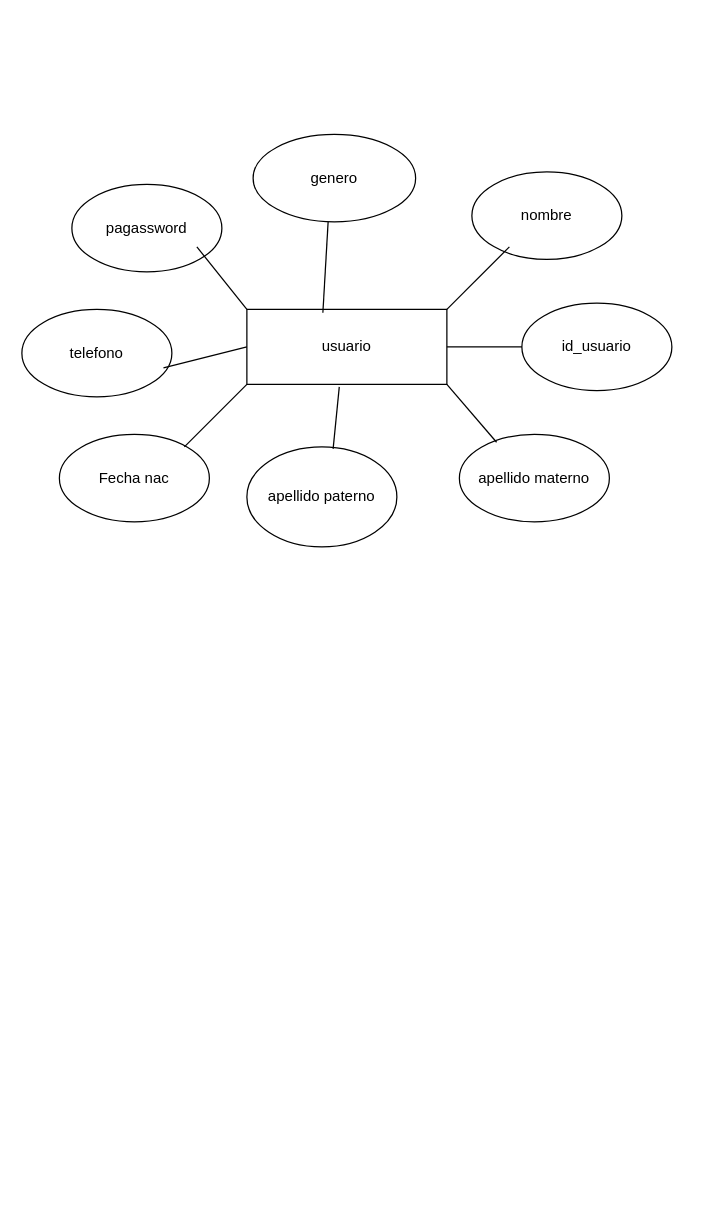
This is Diagrama sin título.drawio from Mich898/BD-Ability-Talk, a draw.io file, before an edit. Source tidied: cells renumbered, new cells numbered last; positions are measured from the earlier drawing's top-left corner, leaving out a move shared by most shapes. Both pictures are drawn from the tidied source at 125%, with x=0, y=0 at pixel (21, 134).
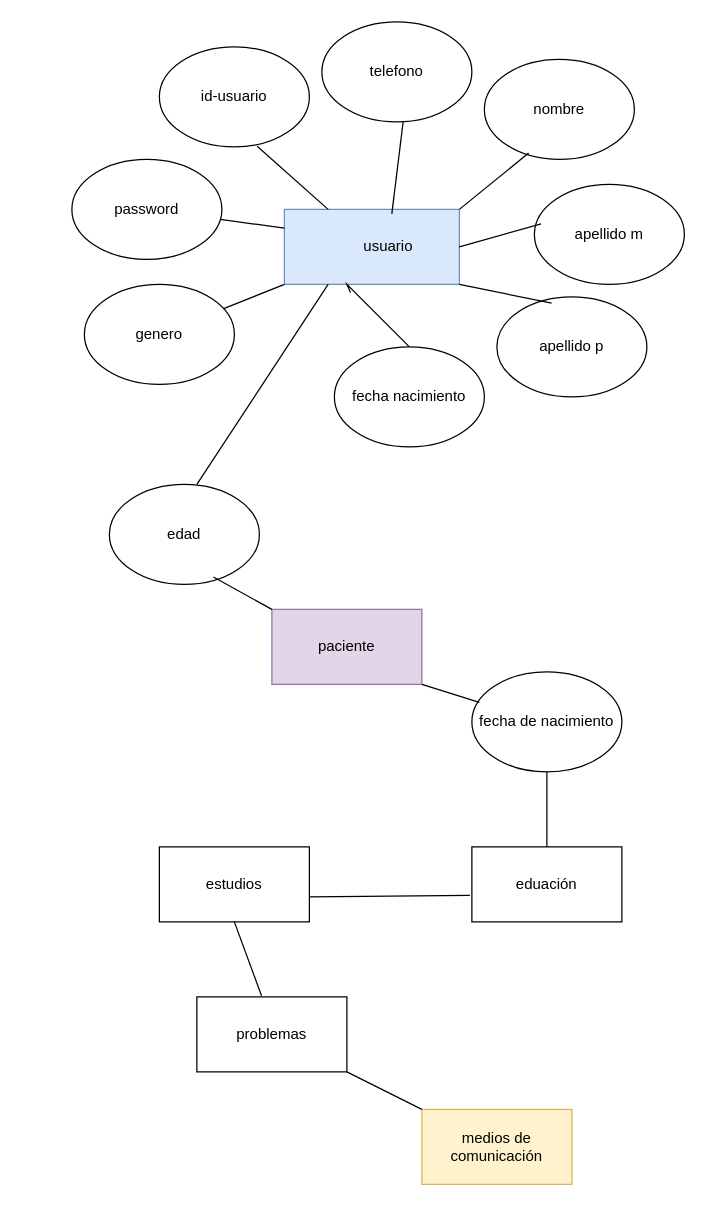
After the change.

Commit message:
diagrama ability talk

Diff of the diagram source:
```diff
@@
-    <mxCell id="2" value="usuario" style="rounded=0;whiteSpace=wrap;html=1;" parent="1" vertex="1">
-      <mxGeometry x="180" y="140" width="160" height="60" as="geometry" />
+    <mxCell id="2" value="&lt;span style=&quot;white-space: pre;&quot;&gt;&#9;&lt;/span&gt;usuario" style="rounded=0;whiteSpace=wrap;html=1;align=center;fillColor=#dae8fc;strokeColor=#6c8ebf;" parent="1" vertex="1">
+      <mxGeometry x="210" y="60" width="140" height="60" as="geometry" />
     </mxCell>
     <mxCell id="3" value="nombre" style="ellipse;whiteSpace=wrap;html=1;" parent="1" vertex="1">
-      <mxGeometry x="360" y="30" width="120" height="70" as="geometry" />
+      <mxGeometry x="370" y="-60" width="120" height="80" as="geometry" />
     </mxCell>
     <mxCell id="4" value="genero" style="ellipse;whiteSpace=wrap;html=1;" parent="1" vertex="1">
-      <mxGeometry x="185" width="130" height="70" as="geometry" />
+      <mxGeometry x="50" y="120" width="120" height="80" as="geometry" />
     </mxCell>
-    <mxCell id="5" value="apellido paterno" style="ellipse;whiteSpace=wrap;html=1;" parent="1" vertex="1">
-      <mxGeometry x="180" y="250" width="120" height="80" as="geometry" />
-    </mxCell>
-    <mxCell id="6" value="apellido materno" style="ellipse;whiteSpace=wrap;html=1;" parent="1" vertex="1">
-      <mxGeometry x="350" y="240" width="120" height="70" as="geometry" />
-    </mxCell>
-    <mxCell id="7" value="Fecha nac" style="ellipse;whiteSpace=wrap;html=1;" parent="1" vertex="1">
-      <mxGeometry x="30" y="240" width="120" height="70" as="geometry" />
-    </mxCell>
+    <mxCell id="19" value="apellido p" style="ellipse;whiteSpace=wrap;html=1;" parent="1" vertex="1">
+      <mxGeometry x="380" y="130" width="120" height="80" as="geometry" />
+    </mxCell>
+    <mxCell id="20" value="apellido m" style="ellipse;whiteSpace=wrap;html=1;" parent="1" vertex="1">
+      <mxGeometry x="410" y="40" width="120" height="80" as="geometry" />
+    </mxCell>
+    <mxCell id="21" value="fecha nacimiento" style="ellipse;whiteSpace=wrap;html=1;" parent="1" vertex="1">
+      <mxGeometry x="250" y="170" width="120" height="80" as="geometry" />
+    </mxCell>
     <mxCell id="8" value="telefono" style="ellipse;whiteSpace=wrap;html=1;" parent="1" vertex="1">
-      <mxGeometry y="140" width="120" height="70" as="geometry" />
+      <mxGeometry x="240" y="-90" width="120" height="80" as="geometry" />
     </mxCell>
-    <mxCell id="9" value="pagassword" style="ellipse;whiteSpace=wrap;html=1;" parent="1" vertex="1">
-      <mxGeometry x="40" y="40" width="120" height="70" as="geometry" />
-    </mxCell>
-    <mxCell id="10" value="id_usuario" style="ellipse;whiteSpace=wrap;html=1;" parent="1" vertex="1">
-      <mxGeometry x="400" y="135" width="120" height="70" as="geometry" />
-    </mxCell>
-    <mxCell id="11" style="endArrow=none;html=1;rounded=0;exitX=0.944;exitY=0.669;exitDx=0;exitDy=0;exitPerimeter=0;entryX=0;entryY=0.5;entryDx=0;entryDy=0;" parent="1" edge="1" source="8" target="2">
-      <mxGeometry relative="1" as="geometry" />
-    </mxCell>
-    <mxCell id="12" style="endArrow=none;html=1;rounded=0;exitX=0.575;exitY=0.02;exitDx=0;exitDy=0;exitPerimeter=0;entryX=0.462;entryY=1.034;entryDx=0;entryDy=0;entryPerimeter=0;" parent="1" edge="1" source="5" target="2">
-      <mxGeometry relative="1" as="geometry" />
-    </mxCell>
-    <mxCell id="13" style="endArrow=none;html=1;rounded=0;exitX=0.38;exitY=0.044;exitDx=0;exitDy=0;exitPerimeter=0;" parent="1" edge="1" source="2">
-      <mxGeometry relative="1" as="geometry">
-        <mxPoint x="245" y="70" as="targetPoint" />
-      </mxGeometry>
-    </mxCell>
-    <mxCell id="14" style="endArrow=none;html=1;rounded=0;" parent="1" edge="1">
-      <mxGeometry relative="1" as="geometry">
-        <mxPoint x="130" y="250" as="sourcePoint" />
-        <mxPoint x="180" y="200" as="targetPoint" />
-      </mxGeometry>
-    </mxCell>
-    <mxCell id="15" style="endArrow=none;html=1;rounded=0;" parent="1" edge="1">
-      <mxGeometry relative="1" as="geometry">
-        <mxPoint x="340" y="140" as="sourcePoint" />
-        <mxPoint x="390" y="90" as="targetPoint" />
-      </mxGeometry>
-    </mxCell>
-    <mxCell id="16" style="endArrow=none;html=1;rounded=0;" parent="1" edge="1">
-      <mxGeometry relative="1" as="geometry">
-        <mxPoint x="140" y="90" as="sourcePoint" />
-        <mxPoint x="180" y="140" as="targetPoint" />
-        <Array as="points">
-          <mxPoint x="140" y="90" />
-        </Array>
-      </mxGeometry>
-    </mxCell>
-    <mxCell id="17" style="endArrow=none;html=1;rounded=0;exitX=1;exitY=1;exitDx=0;exitDy=0;entryX=0.248;entryY=0.09;entryDx=0;entryDy=0;entryPerimeter=0;" parent="1" edge="1" source="2" target="6">
-      <mxGeometry relative="1" as="geometry" />
-    </mxCell>
-    <mxCell id="18" style="endArrow=none;html=1;rounded=0;exitX=1;exitY=0.5;exitDx=0;exitDy=0;" parent="1" edge="1" source="2">
-      <mxGeometry relative="1" as="geometry">
-        <mxPoint x="400" y="170" as="targetPoint" />
-      </mxGeometry>
-    </mxCell>
+    <mxCell id="22" value="password" style="ellipse;whiteSpace=wrap;html=1;" parent="1" vertex="1">
+      <mxGeometry x="40" y="20" width="120" height="80" as="geometry" />
+    </mxCell>
+    <mxCell id="23" value="id-usuario" style="ellipse;whiteSpace=wrap;html=1;" parent="1" vertex="1">
+      <mxGeometry x="110" y="-70" width="120" height="80" as="geometry" />
+    </mxCell>
+    <mxCell id="24" style="endArrow=none;html=1;rounded=0;entryX=0.295;entryY=0.937;entryDx=0;entryDy=0;entryPerimeter=0;" parent="1" edge="1" target="3">
+      <mxGeometry relative="1" as="geometry">
+        <mxPoint x="350" y="60" as="sourcePoint" />
+      </mxGeometry>
+    </mxCell>
+    <mxCell id="25" style="endArrow=none;html=1;rounded=0;entryX=0.378;entryY=1.109;entryDx=0;entryDy=0;entryPerimeter=0;exitX=0.5;exitY=0;exitDx=0;exitDy=0;" parent="1" edge="1" source="21" target="2">
+      <mxGeometry relative="1" as="geometry">
+        <Array as="points">
+          <mxPoint x="260" y="120" />
+        </Array>
+      </mxGeometry>
+    </mxCell>
+    <mxCell id="26" style="endArrow=none;html=1;rounded=0;" parent="1" edge="1" source="4">
+      <mxGeometry relative="1" as="geometry">
+        <mxPoint x="210" y="120" as="targetPoint" />
+      </mxGeometry>
+    </mxCell>
+    <mxCell id="27" style="endArrow=none;html=1;rounded=0;exitX=0.614;exitY=0.061;exitDx=0;exitDy=0;exitPerimeter=0;" parent="1" edge="1" source="2">
+      <mxGeometry relative="1" as="geometry">
+        <mxPoint x="305" y="-10" as="targetPoint" />
+      </mxGeometry>
+    </mxCell>
+    <mxCell id="28" style="endArrow=none;html=1;rounded=0;entryX=0;entryY=0.25;entryDx=0;entryDy=0;" parent="1" edge="1" source="22" target="2">
+      <mxGeometry relative="1" as="geometry" />
+    </mxCell>
+    <mxCell id="29" style="endArrow=none;html=1;rounded=0;entryX=1;entryY=1;entryDx=0;entryDy=0;exitX=0.365;exitY=0.063;exitDx=0;exitDy=0;exitPerimeter=0;" parent="1" edge="1" source="19" target="2">
+      <mxGeometry relative="1" as="geometry" />
+    </mxCell>
+    <mxCell id="30" style="endArrow=none;html=1;rounded=0;exitX=0.25;exitY=0;exitDx=0;exitDy=0;entryX=0.652;entryY=0.994;entryDx=0;entryDy=0;entryPerimeter=0;" parent="1" edge="1" source="2" target="23">
+      <mxGeometry relative="1" as="geometry" />
+    </mxCell>
+    <mxCell id="31" style="endArrow=none;html=1;rounded=0;entryX=0.045;entryY=0.394;entryDx=0;entryDy=0;entryPerimeter=0;exitX=1;exitY=0.5;exitDx=0;exitDy=0;" parent="1" edge="1" source="2" target="20">
+      <mxGeometry relative="1" as="geometry" />
+    </mxCell>
+    <mxCell id="32" value="paciente" style="rounded=0;whiteSpace=wrap;html=1;fillColor=#e1d5e7;strokeColor=#9673a6;" parent="1" vertex="1">
+      <mxGeometry x="200" y="380" width="120" height="60" as="geometry" />
+    </mxCell>
+    <mxCell id="33" value="edad" style="ellipse;whiteSpace=wrap;html=1;" parent="1" vertex="1">
+      <mxGeometry x="70" y="280" width="120" height="80" as="geometry" />
+    </mxCell>
+    <mxCell id="34" value="fecha de nacimiento" style="ellipse;whiteSpace=wrap;html=1;" parent="1" vertex="1">
+      <mxGeometry x="360" y="430" width="120" height="80" as="geometry" />
+    </mxCell>
+    <mxCell id="35" style="endArrow=none;html=1;rounded=0;entryX=0.05;entryY=0.305;entryDx=0;entryDy=0;entryPerimeter=0;" parent="1" edge="1" target="34">
+      <mxGeometry relative="1" as="geometry">
+        <mxPoint x="320" y="440" as="sourcePoint" />
+      </mxGeometry>
+    </mxCell>
+    <mxCell id="36" style="endArrow=none;html=1;rounded=0;exitX=0.694;exitY=0.927;exitDx=0;exitDy=0;exitPerimeter=0;" parent="1" edge="1" source="33">
+      <mxGeometry relative="1" as="geometry">
+        <mxPoint x="200" y="380" as="targetPoint" />
+      </mxGeometry>
+    </mxCell>
+    <mxCell id="37" value="estudios" style="rounded=0;whiteSpace=wrap;html=1;" parent="1" vertex="1">
+      <mxGeometry x="110" y="570" width="120" height="60" as="geometry" />
+    </mxCell>
+    <mxCell id="38" value="eduación" style="rounded=0;whiteSpace=wrap;html=1;" parent="1" vertex="1">
+      <mxGeometry x="360" y="570" width="120" height="60" as="geometry" />
+    </mxCell>
+    <mxCell id="39" value="problemas" style="rounded=0;whiteSpace=wrap;html=1;" parent="1" vertex="1">
+      <mxGeometry x="140" y="690" width="120" height="60" as="geometry" />
+    </mxCell>
+    <mxCell id="40" value="medios de comunicación" style="rounded=0;whiteSpace=wrap;html=1;fillColor=#fff2cc;strokeColor=#d6b656;" parent="1" vertex="1">
+      <mxGeometry x="320" y="780" width="120" height="60" as="geometry" />
+    </mxCell>
+    <mxCell id="41" style="endArrow=none;html=1;rounded=0;exitX=0;exitY=0;exitDx=0;exitDy=0;" parent="1" edge="1" source="40">
+      <mxGeometry relative="1" as="geometry">
+        <mxPoint x="260" y="750" as="targetPoint" />
+      </mxGeometry>
+    </mxCell>
+    <mxCell id="42" style="endArrow=none;html=1;rounded=0;exitX=0.431;exitY=-0.015;exitDx=0;exitDy=0;exitPerimeter=0;" parent="1" edge="1" source="39">
+      <mxGeometry relative="1" as="geometry">
+        <mxPoint x="170" y="630" as="targetPoint" />
+      </mxGeometry>
+    </mxCell>
+    <mxCell id="43" style="endArrow=none;html=1;rounded=0;entryX=-0.013;entryY=0.647;entryDx=0;entryDy=0;entryPerimeter=0;" parent="1" edge="1" target="38">
+      <mxGeometry relative="1" as="geometry">
+        <mxPoint x="230" y="610" as="sourcePoint" />
+      </mxGeometry>
+    </mxCell>
+    <mxCell id="44" style="endArrow=none;html=1;rounded=0;entryX=0.5;entryY=1;entryDx=0;entryDy=0;" parent="1" edge="1" source="38" target="34">
+      <mxGeometry relative="1" as="geometry" />
+    </mxCell>
+    <mxCell id="45" style="endArrow=none;html=1;rounded=0;entryX=0.25;entryY=1;entryDx=0;entryDy=0;" parent="1" edge="1" target="2">
+      <mxGeometry relative="1" as="geometry">
+        <mxPoint x="140" y="280" as="sourcePoint" />
+      </mxGeometry>
+    </mxCell>
```
